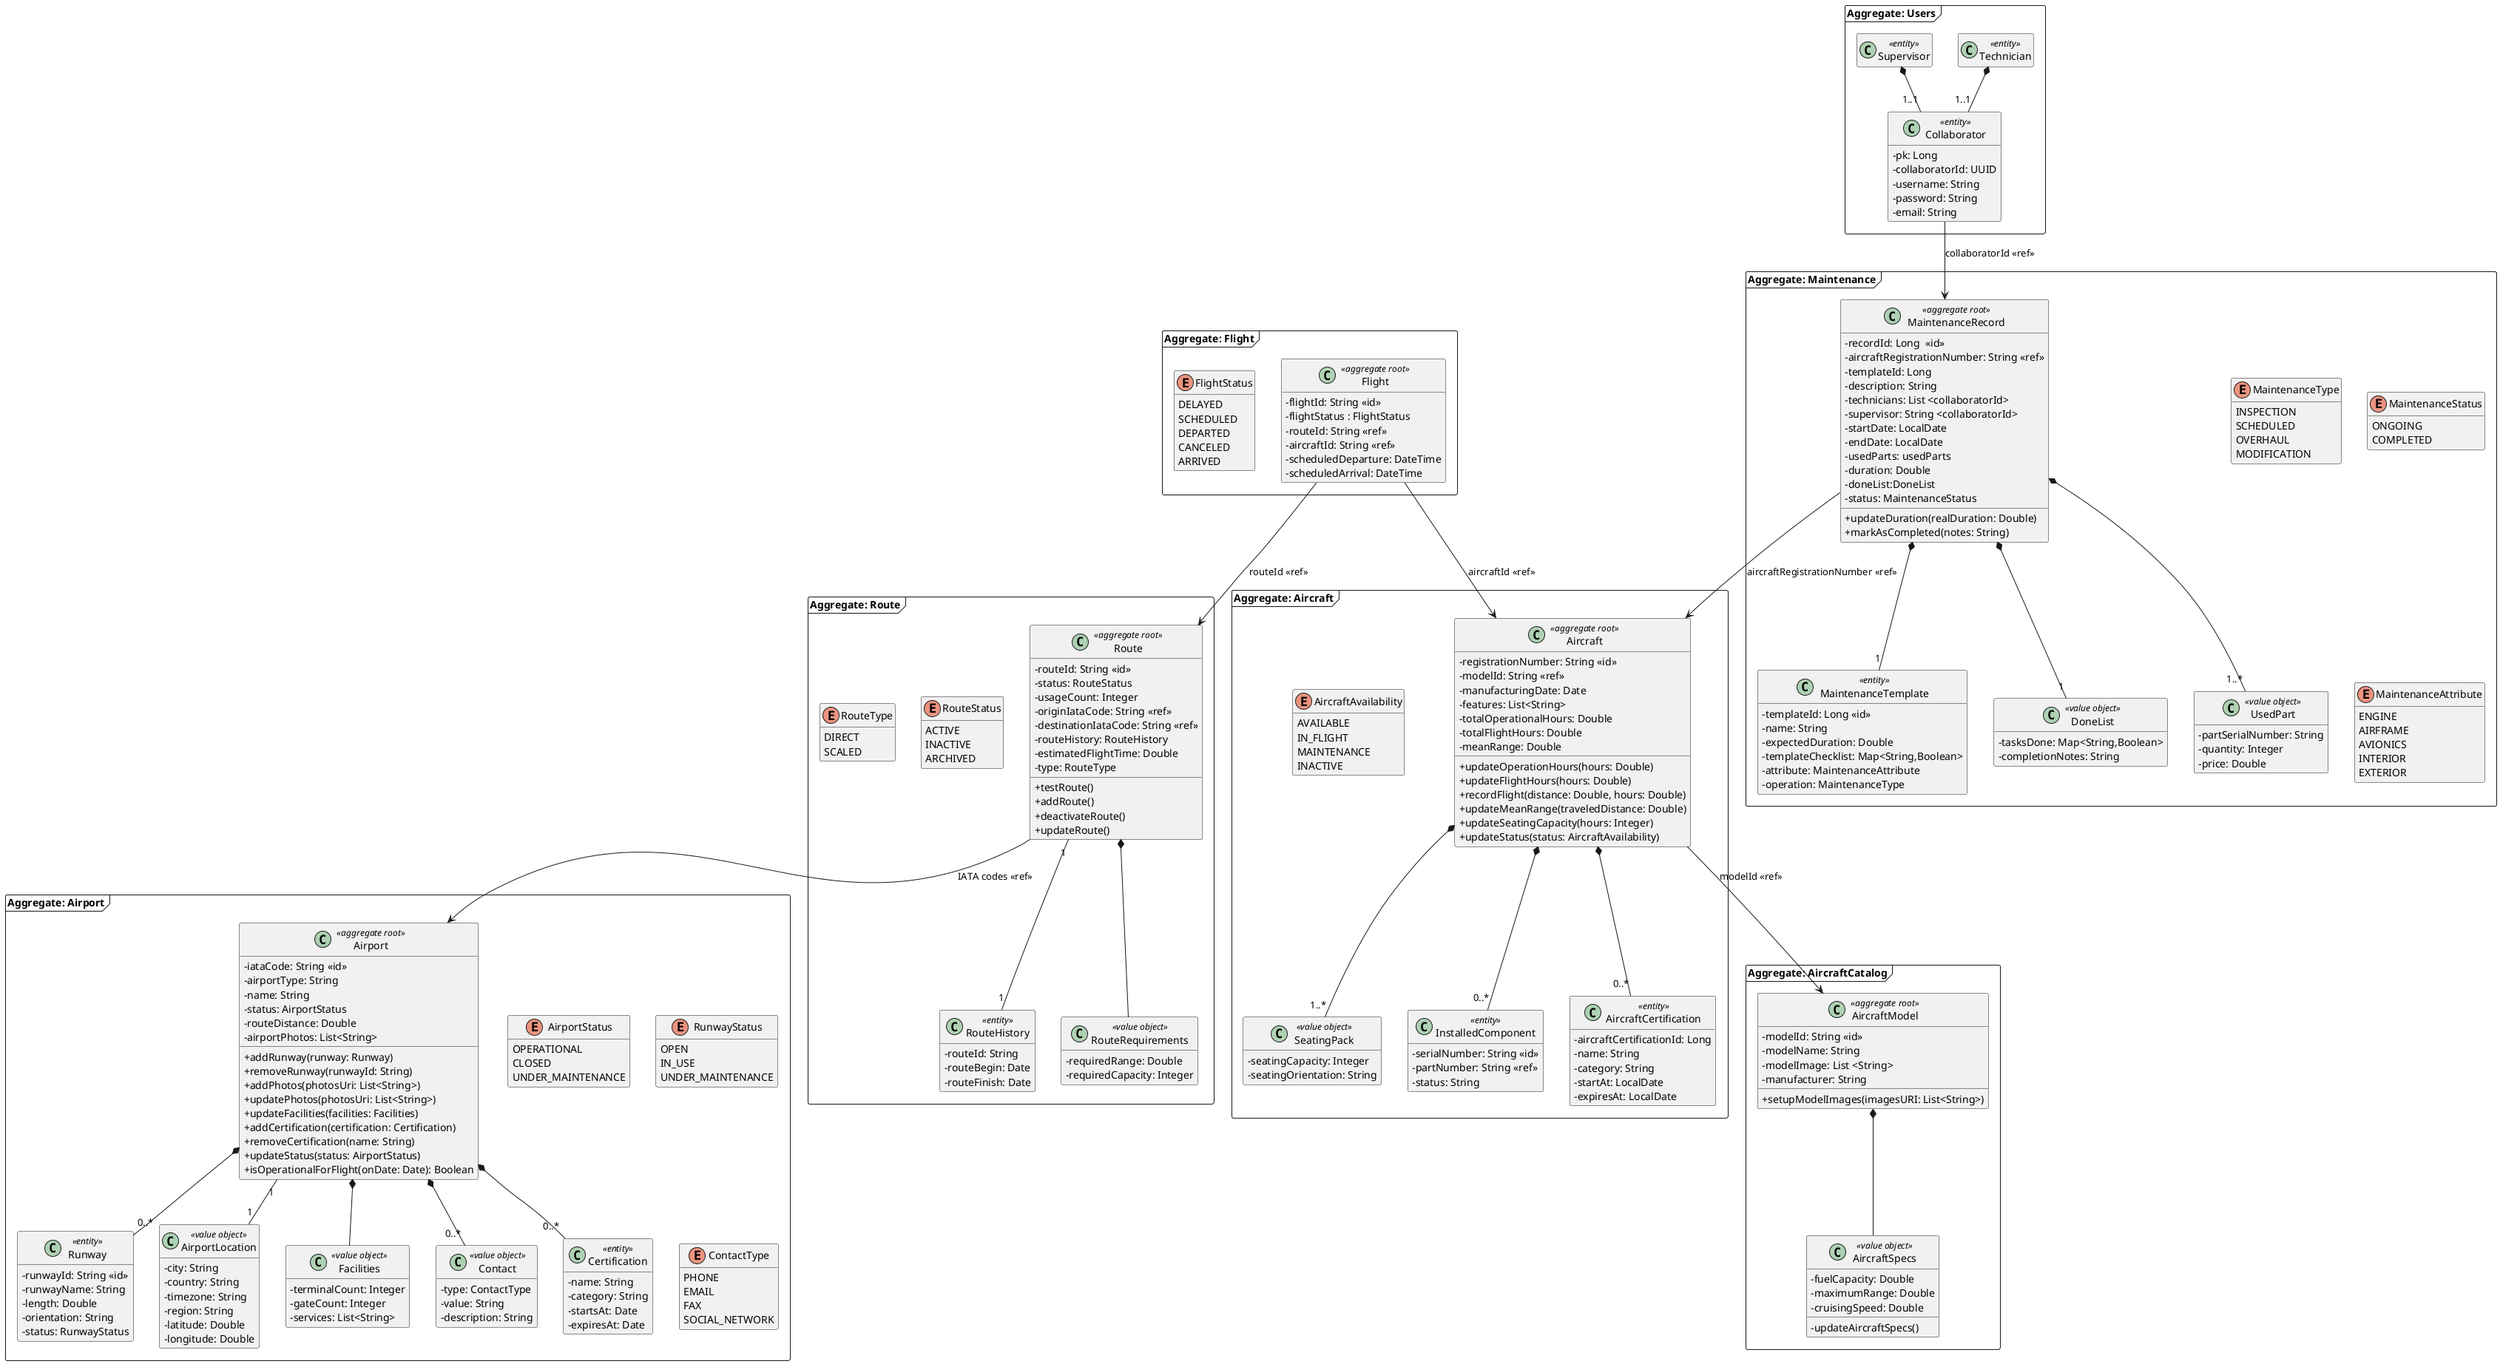
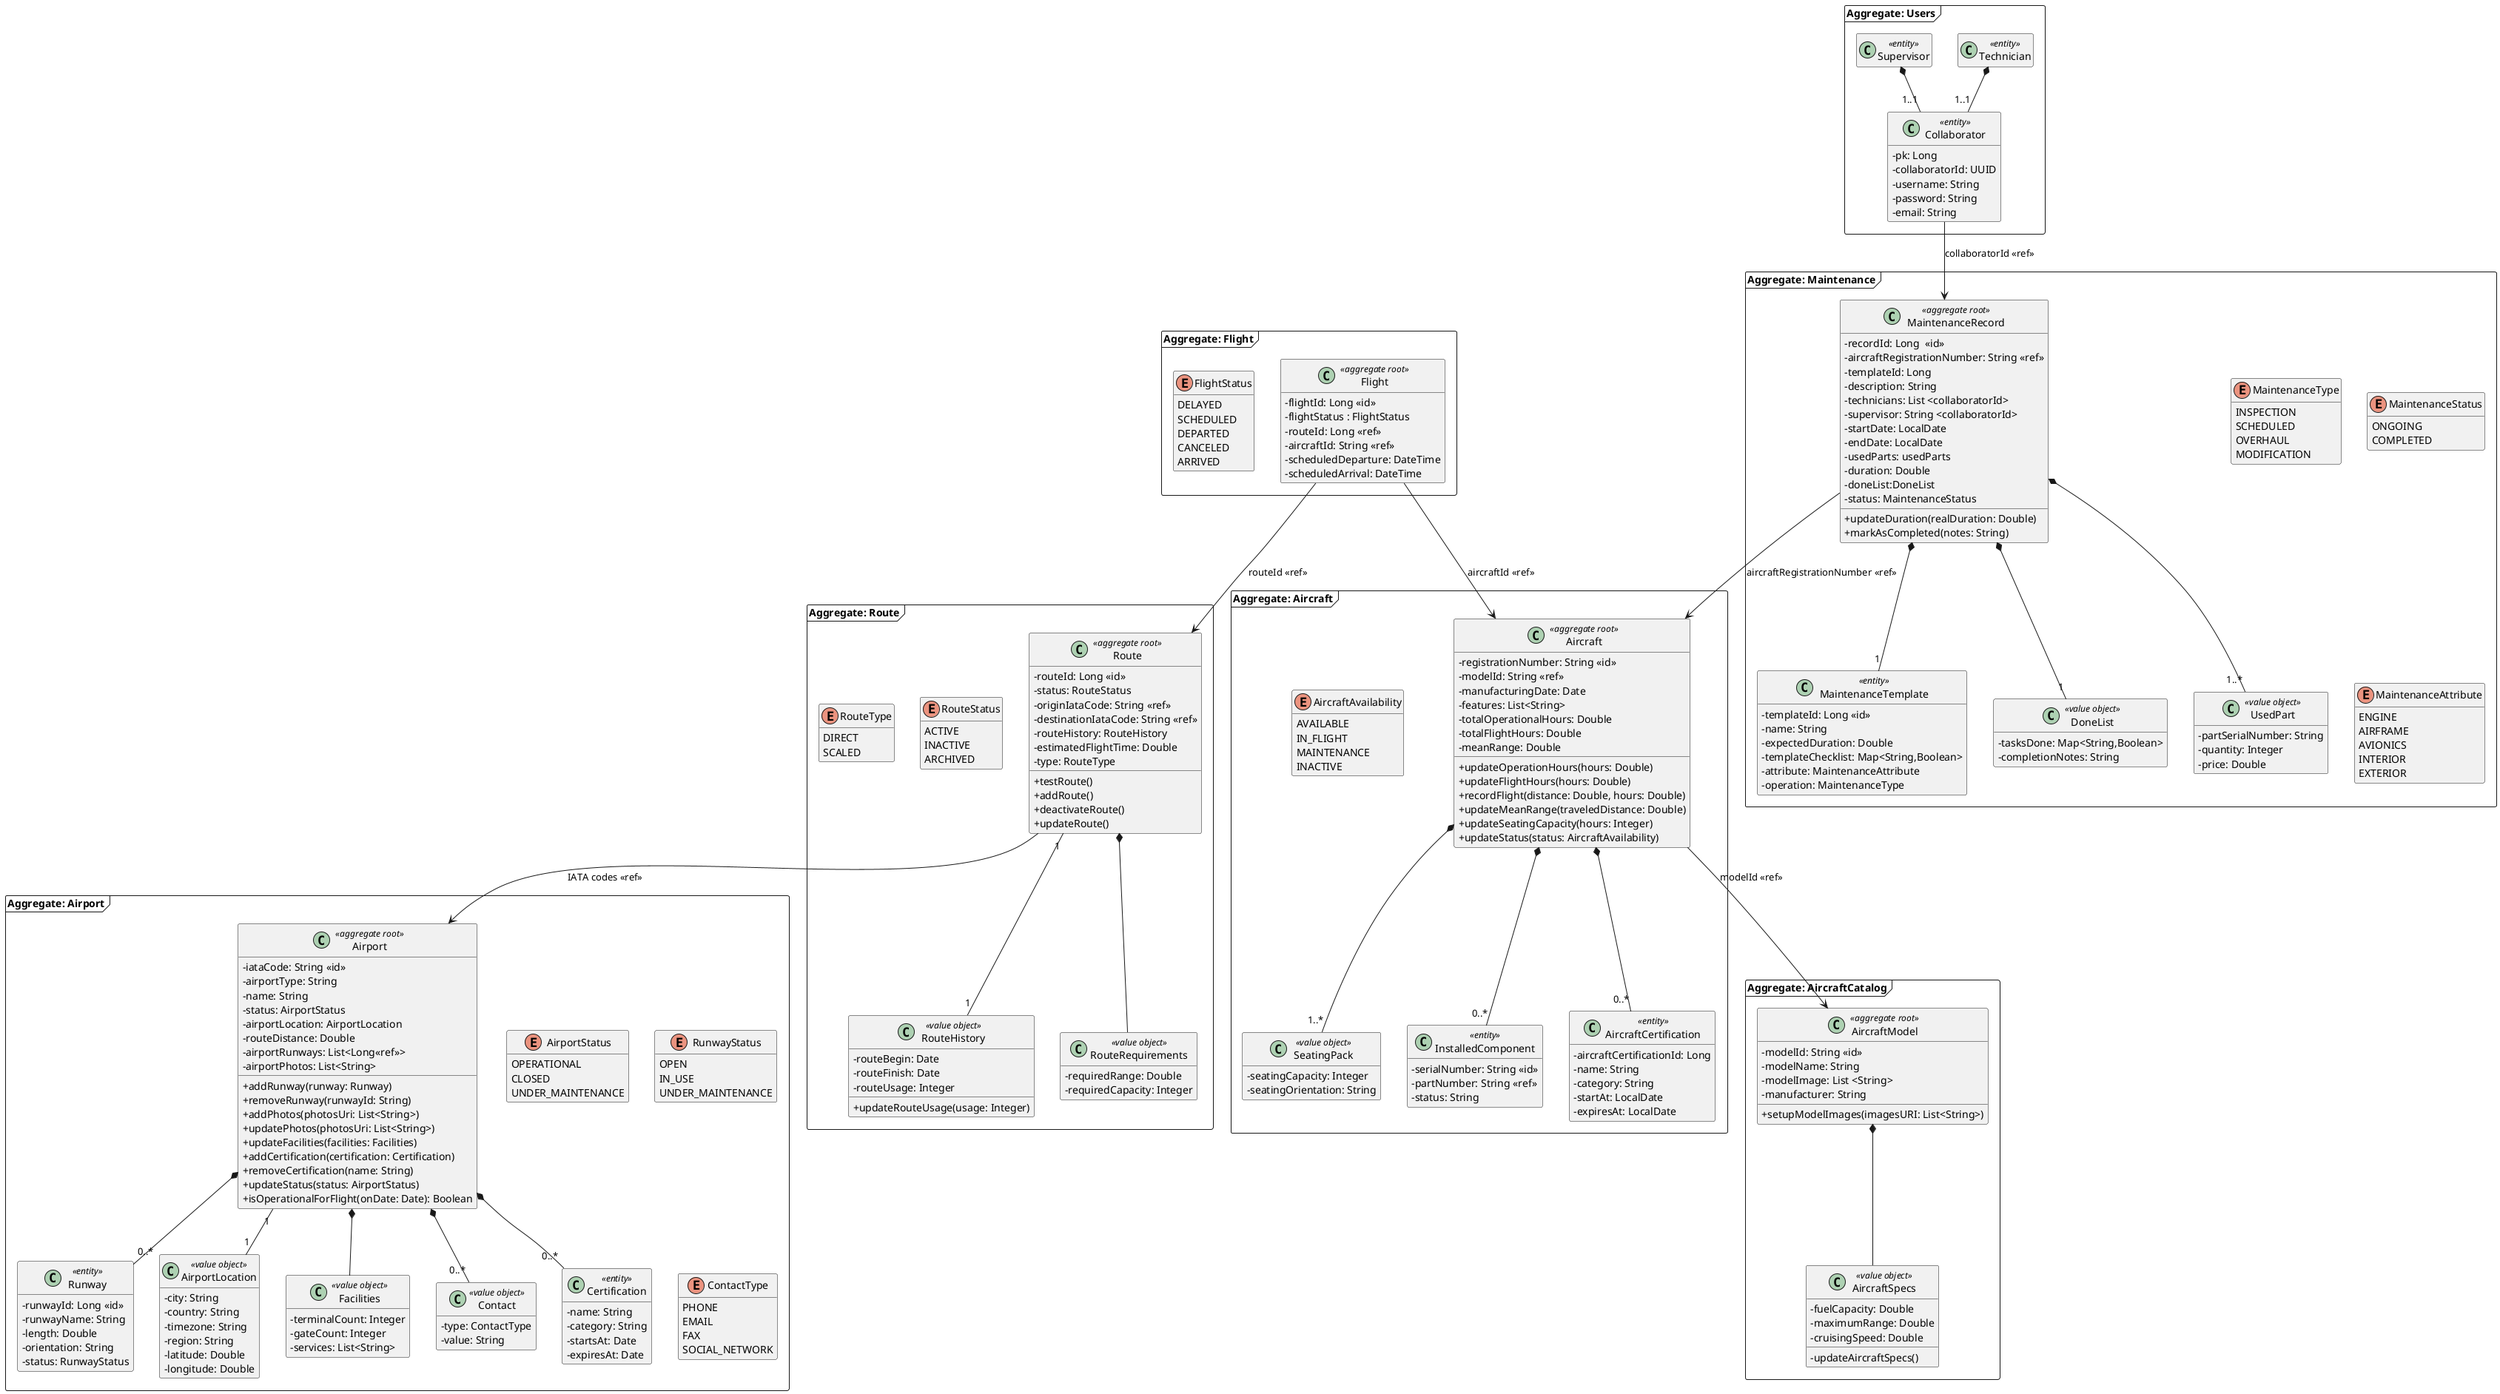
@startuml
skinparam classAttributeIconSize 0
hide empty members
skinparam packageStyle frame

' AIRPORT AGGREGATE

package "Aggregate: Airport" <<Frame>> {

class Airport <<aggregate root>> {
    - iataCode: String <<id>>
    - airportType: String
    - name: String
    - status: AirportStatus
+     - airportLocation: AirportLocation
    - routeDistance: Double
+     - airportRunways: List<Long<<ref>>>
    - airportPhotos: List<String>
    + addRunway(runway: Runway)
    + removeRunway(runwayId: String)
    + addPhotos(photosUri: List<String>)
    + updatePhotos(photosUri: List<String>)
    + updateFacilities(facilities: Facilities)
    + addCertification(certification: Certification)
    + removeCertification(name: String)
    + updateStatus(status: AirportStatus)
    + isOperationalForFlight(onDate: Date): Boolean
}

class Runway <<entity>> {
-     - runwayId: String <<id>>
+     - runwayId: Long <<id>>
    - runwayName: String
    - length: Double
    - orientation: String
    - status: RunwayStatus
}

class AirportLocation <<value object>> {
    - city: String
    - country: String
    - timezone: String
    - region: String
    - latitude: Double
    - longitude: Double
}

class Facilities <<value object>> {
    - terminalCount: Integer
    - gateCount: Integer
    - services: List<String>
}

class Contact <<value object>> {
    - type: ContactType
    - value: String
-     - description: String
}

class Certification <<entity>> {
    - name: String
    - category: String
    - startsAt: Date
    - expiresAt: Date
}

enum AirportStatus {
    OPERATIONAL
    CLOSED
    UNDER_MAINTENANCE
}

enum RunwayStatus {
    OPEN
    IN_USE
    UNDER_MAINTENANCE
}

enum ContactType {
    PHONE
    EMAIL
    FAX
    SOCIAL_NETWORK
}

Airport *-- "0..*" Runway
Airport "1"--"1" AirportLocation
Airport *-- Facilities
Airport *-- "0..*" Contact
Airport *-- "0..*" Certification
}

' FLIGHT AGGREGATE

package "Aggregate: Flight" <<Frame>> {

class Flight <<aggregate root>> {
-     - flightId: String <<id>>
+     - flightId: Long <<id>>
    - flightStatus : FlightStatus
-     - routeId: String <<ref>>
+     - routeId: Long <<ref>>
    - aircraftId: String <<ref>>
    - scheduledDeparture: DateTime
    - scheduledArrival: DateTime
  }

enum FlightStatus {
    DELAYED
    SCHEDULED
    DEPARTED
    CANCELED
    ARRIVED
}
}

' ROUTE AGGREGATE

package "Aggregate: Route" <<Frame>> {

class Route <<aggregate root>> {
-     - routeId: String <<id>>
+     - routeId: Long <<id>>
    - status: RouteStatus
-     - usageCount: Integer
    - originIataCode: String <<ref>>
    - destinationIataCode: String <<ref>>
    - routeHistory: RouteHistory
    - estimatedFlightTime: Double
    - type: RouteType
    + testRoute()
    + addRoute()
    + deactivateRoute()
    + updateRoute()
}

- class RouteHistory <<entity>>{
-     - routeId: String
+ class RouteHistory <<value object>>{
    - routeBegin: Date
    - routeFinish: Date
+     - routeUsage: Integer
+     +updateRouteUsage(usage: Integer)
}

class RouteRequirements <<value object>> {
    - requiredRange: Double
    - requiredCapacity: Integer
}

enum RouteStatus {
    ACTIVE
    INACTIVE
    ARCHIVED
}

enum RouteType{
    DIRECT
    SCALED
}

Route *-- RouteRequirements
Route "1"--"1" RouteHistory
}

' AIRCRAFT MODEL AGGREGATE

package "Aggregate: AircraftCatalog" <<Frame>> {

class AircraftModel <<aggregate root>> {
    - modelId: String <<id>>
    - modelName: String
    - modelImage: List <String>
    - manufacturer: String
    + setupModelImages(imagesURI: List<String>)
}

class AircraftSpecs <<value object>> {
    - fuelCapacity: Double
    - maximumRange: Double
    - cruisingSpeed: Double
    - updateAircraftSpecs()
}

AircraftModel *-- AircraftSpecs
}

' AIRCRAFT AGGREGATE

package "Aggregate: Aircraft" <<Frame>> {

class Aircraft <<aggregate root>> {
    - registrationNumber: String <<id>>
    - modelId: String <<ref>>
    - manufacturingDate: Date
    - features: List<String>
    - totalOperationalHours: Double
    - totalFlightHours: Double
    - meanRange: Double
    + updateOperationHours(hours: Double)
    + updateFlightHours(hours: Double)
    + recordFlight(distance: Double, hours: Double)
    + updateMeanRange(traveledDistance: Double)
    + updateSeatingCapacity(hours: Integer)
    + updateStatus(status: AircraftAvailability)
}

class SeatingPack <<value object>>{
    - seatingCapacity: Integer
    - seatingOrientation: String
}

class InstalledComponent <<entity>> {
    - serialNumber: String <<id>>
    - partNumber: String <<ref>>
    - status: String
}

class AircraftCertification <<entity>> {
    - aircraftCertificationId: Long
    - name: String
    - category: String
    - startAt: LocalDate
    - expiresAt: LocalDate
}

enum AircraftAvailability {
    AVAILABLE
    IN_FLIGHT
    MAINTENANCE
    INACTIVE
}

Aircraft *-- "0..*" InstalledComponent
Aircraft *-- "0..*" AircraftCertification
Aircraft *-- "1..*" SeatingPack

}


' MAINTENANCE AGGREGATE

package "Aggregate: Maintenance" <<Frame>> {

class MaintenanceRecord <<aggregate root>> {
    - recordId: Long  <<id>>
    - aircraftRegistrationNumber: String <<ref>>
    - templateId: Long
    - description: String
    - technicians: List <collaboratorId>
    - supervisor: String <collaboratorId>
    - startDate: LocalDate
    - endDate: LocalDate
    - usedParts: usedParts
    - duration: Double
    - doneList:DoneList
    - status: MaintenanceStatus
    + updateDuration(realDuration: Double)
    + markAsCompleted(notes: String)
}

class MaintenanceTemplate <<entity>> {
    - templateId: Long <<id>>
    - name: String
    - expectedDuration: Double
    - templateChecklist: Map<String,Boolean>
    - attribute: MaintenanceAttribute
    - operation: MaintenanceType
}

class DoneList <<value object>>{
    - tasksDone: Map<String,Boolean>
    - completionNotes: String
}

enum MaintenanceType {
    INSPECTION
    SCHEDULED
    OVERHAUL
    MODIFICATION
}

enum MaintenanceStatus {
    ONGOING
    COMPLETED
}

enum MaintenanceAttribute {
    ENGINE
    AIRFRAME
    AVIONICS
    INTERIOR
    EXTERIOR
}


class UsedPart <<value object>> {
    - partSerialNumber: String
    - quantity: Integer
    - price: Double
}
MaintenanceRecord *-- "1" MaintenanceTemplate
MaintenanceRecord *-- "1..*" UsedPart
MaintenanceRecord *-- "1" DoneList
}

package "Aggregate: Users" <<Frame>> {
class Technician <<entity>> {
}

class Supervisor <<entity>> {
}

class Collaborator <<entity>> {
    - pk: Long
    - collaboratorId: UUID
    - username: String
    - password: String
    - email: String
}

Technician *--"1..1" Collaborator
Supervisor *--"1..1" Collaborator
}

' RELATIONSHIPS

Flight --> Route : routeId <<ref>>
Flight --> Aircraft : aircraftId <<ref>>
Aircraft --> AircraftModel : modelId <<ref>>
Route --> Airport : IATA codes <<ref>>
MaintenanceRecord --> Aircraft : aircraftRegistrationNumber <<ref>>
Collaborator --> MaintenanceRecord : collaboratorId <<ref>>
@enduml